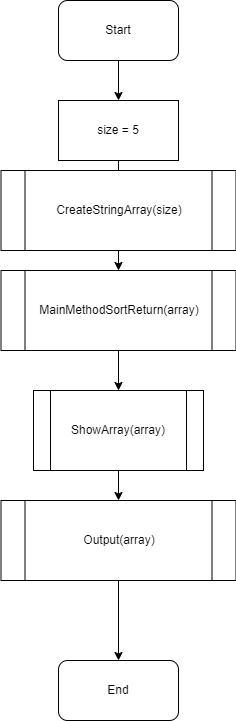
Above: 4.Output.drawio.png in wdlts/EXAMINATION_CSHARP (draw.io), before the change. Source tidied: cells renumbered, new cells last; positions are measured from the earlier drawing's top-left corner, leaving out a move shared by most shapes.
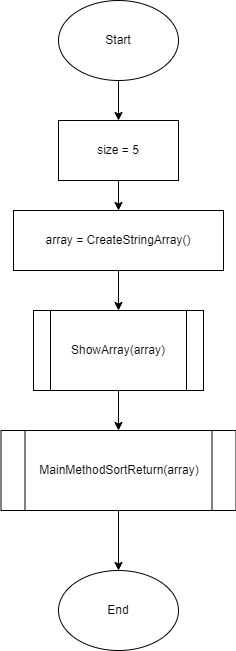
After the commit.

Diff of the diagram source:
```diff
@@ -2,48 +2,42 @@
   <root>
     <mxCell id="0" />
     <mxCell id="1" parent="0" />
-    <mxCell id="2" style="edgeStyle=none;html=1;" parent="1" edge="1" source="3" target="7">
-      <mxGeometry relative="1" as="geometry" />
+    <mxCell id="2" style="edgeStyle=none;html=1;" parent="1" edge="1" target="7">
+      <mxGeometry relative="1" as="geometry">
+        <mxPoint x="118" y="60" as="sourcePoint" />
+      </mxGeometry>
     </mxCell>
+    <mxCell id="15" style="edgeStyle=none;html=1;" parent="1" edge="1" source="5" target="9">
+      <mxGeometry relative="1" as="geometry" />
+    </mxCell>
+    <mxCell id="5" value="ShowArray(array)" style="shape=process;whiteSpace=wrap;html=1;backgroundOutline=1;" parent="1" vertex="1">
+      <mxGeometry x="33" y="290" width="170" height="80" as="geometry" />
+    </mxCell>
+    <mxCell id="16" style="edgeStyle=none;html=1;" parent="1" edge="1" source="7" target="18">
+      <mxGeometry relative="1" as="geometry" />
+    </mxCell>
+    <mxCell id="7" value="size = 5" style="rounded=0;whiteSpace=wrap;html=1;" parent="1" vertex="1">
+      <mxGeometry x="58" y="100" width="120" height="60" as="geometry" />
+    </mxCell>
+    <mxCell id="9" value="MainMethodSortReturn(array)" style="shape=process;whiteSpace=wrap;html=1;backgroundOutline=1;" parent="1" vertex="1">
+      <mxGeometry x="0.5" y="410" width="235" height="80" as="geometry" />
+    </mxCell>
+    <mxCell id="12" style="edgeStyle=none;html=1;exitX=0.5;exitY=1;exitDx=0;exitDy=0;" parent="1" edge="1" source="9">
+      <mxGeometry relative="1" as="geometry">
+        <mxPoint x="118" y="550" as="targetPoint" />
+      </mxGeometry>
+    </mxCell>
+    <mxCell id="17" style="edgeStyle=none;html=1;" parent="1" edge="1" source="18" target="5">
+      <mxGeometry relative="1" as="geometry" />
+    </mxCell>
+    <mxCell id="18" value="&lt;span&gt;array = CreateStringArray()&lt;/span&gt;" style="rounded=0;whiteSpace=wrap;html=1;" parent="1" vertex="1">
+      <mxGeometry x="13" y="190" width="210" height="60" as="geometry" />
+    </mxCell>
-    <mxCell id="3" value="Start" style="rounded=1;whiteSpace=wrap;html=1;" parent="1" vertex="1">
-      <mxGeometry x="58" width="120" height="60" as="geometry" />
+    <mxCell id="3" value="Start" style="ellipse;whiteSpace=wrap;html=1;" parent="1" vertex="1">
+      <mxGeometry x="58" y="-20" width="120" height="80" as="geometry" />
     </mxCell>
-    <mxCell id="4" style="edgeStyle=none;html=1;" parent="1" edge="1" source="5" target="13">
-      <mxGeometry relative="1" as="geometry" />
-    </mxCell>
-    <mxCell id="5" value="ShowArray(array)" style="shape=process;whiteSpace=wrap;html=1;backgroundOutline=1;" parent="1" vertex="1">
-      <mxGeometry x="33" y="390" width="170" height="80" as="geometry" />
-    </mxCell>
-    <mxCell id="6" style="edgeStyle=none;html=1;" parent="1" edge="1" source="7">
-      <mxGeometry relative="1" as="geometry">
-        <mxPoint x="118" y="180" as="targetPoint" />
-      </mxGeometry>
-    </mxCell>
-    <mxCell id="7" value="size = 5" style="rounded=0;whiteSpace=wrap;html=1;" parent="1" vertex="1">
-      <mxGeometry x="58" y="100" width="120" height="60" as="geometry" />
-    </mxCell>
-    <mxCell id="8" style="edgeStyle=none;html=1;" parent="1" edge="1" source="9" target="5">
-      <mxGeometry relative="1" as="geometry" />
-    </mxCell>
-    <mxCell id="9" value="MainMethodSortReturn(array)" style="shape=process;whiteSpace=wrap;html=1;backgroundOutline=1;" parent="1" vertex="1">
-      <mxGeometry x="0.5" y="270" width="235" height="80" as="geometry" />
-    </mxCell>
-    <mxCell id="10" value="End" style="rounded=1;whiteSpace=wrap;html=1;" parent="1" vertex="1">
-      <mxGeometry x="58" y="660" width="120" height="60" as="geometry" />
+    <mxCell id="10" value="End" style="ellipse;whiteSpace=wrap;html=1;" parent="1" vertex="1">
+      <mxGeometry x="58" y="550" width="120" height="80" as="geometry" />
     </mxCell>
-    <mxCell id="11" style="edgeStyle=none;html=1;" parent="1" edge="1" target="9">
-      <mxGeometry relative="1" as="geometry">
-        <mxPoint x="118" y="240" as="sourcePoint" />
-      </mxGeometry>
-    </mxCell>
-    <mxCell id="12" style="edgeStyle=none;html=1;" parent="1" edge="1" source="13" target="10">
-      <mxGeometry relative="1" as="geometry" />
-    </mxCell>
-    <mxCell id="13" value="Output(array)" style="shape=process;whiteSpace=wrap;html=1;backgroundOutline=1;" parent="1" vertex="1">
-      <mxGeometry x="0.5" y="500" width="235" height="80" as="geometry" />
-    </mxCell>
-    <mxCell id="14" value="CreateStringArray(size)" style="shape=process;whiteSpace=wrap;html=1;backgroundOutline=1;" parent="1" vertex="1">
-      <mxGeometry x="0.5" y="170" width="235" height="80" as="geometry" />
-    </mxCell>
   </root>
 </mxGraphModel>
```
